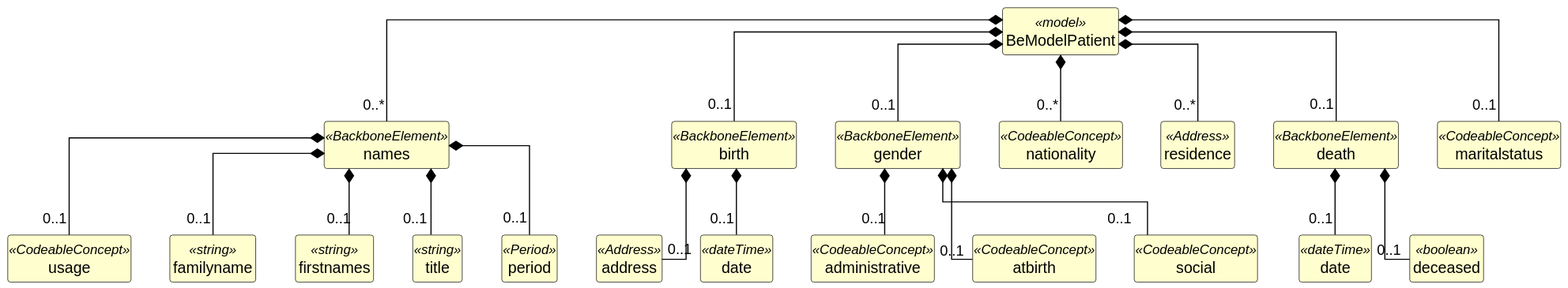
Earlier version of the PlantUML export exports/diagrams/BeModelPatient-uml.svg (caresets/caresets-src).
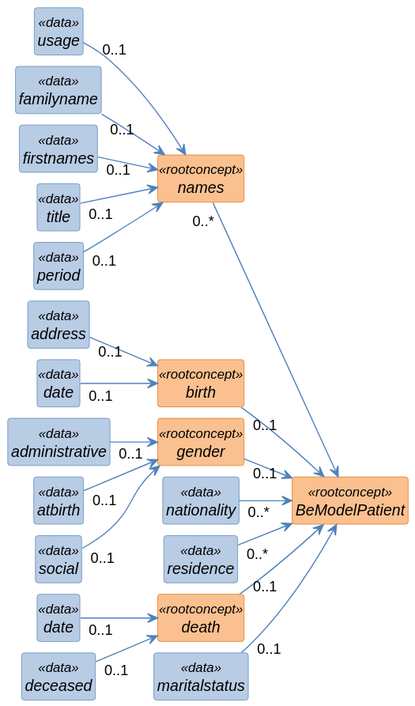
After the change.

What changed in the source:
```diff
@@ -1,94 +1,101 @@
 @startuml
+left to right direction
 skinparam shadowing false
+skinparam nodesep 10
+skinparam ranksep 40
 skinparam classAttributeIconSize 0
-skinparam linetype ortho
 skinparam class {
-  BackgroundColor #FEFECE
-  BorderColor #000000
-  ArrowColor #000000
-  FontStyle bold
-  AttributeFontStyle normal
+  FontStyle italic
+  BackgroundColor<<rootconcept>> #FAC08F
+  BorderColor<<rootconcept>> #E36C0A
+  BackgroundColor<<data>> #B8CCE4
+  BorderColor<<data>> #4F81BD
+  BackgroundColor<<reference>> #D9D9D9
+  BorderColor<<reference>> #808080
+  BackgroundColor<<value set>> #C3D69B
+  BorderColor<<value set>> #77933C
+  ArrowColor #4F81BD
 }
 hide circle
 hide empty members
 
-class "BeModelPatient" as BeModelPatient <<model>> {
+class "BeModelPatient" as BeModelPatient <<rootconcept>> {
 }
 
-class "names" as BeModelPatient_names <<BackboneElement>> {
+class "names" as BeModelPatient_names <<rootconcept>> {
 }
 
-class "usage" as BeModelPatient_names_usage <<CodeableConcept>> {
+class "usage" as BeModelPatient_names_usage <<data>> {
 }
 
-class "familyname" as BeModelPatient_names_familyname <<string>> {
+class "familyname" as BeModelPatient_names_familyname <<data>> {
 }
 
-class "firstnames" as BeModelPatient_names_firstnames <<string>> {
+class "firstnames" as BeModelPatient_names_firstnames <<data>> {
 }
 
-class "title" as BeModelPatient_names_title <<string>> {
+class "title" as BeModelPatient_names_title <<data>> {
 }
 
-class "period" as BeModelPatient_names_period <<Period>> {
+class "period" as BeModelPatient_names_period <<data>> {
 }
 
-class "birth" as BeModelPatient_birth <<BackboneElement>> {
+class "birth" as BeModelPatient_birth <<rootconcept>> {
 }
 
-class "address" as BeModelPatient_birth_address <<Address>> {
+class "address" as BeModelPatient_birth_address <<data>> {
 }
 
-class "date" as BeModelPatient_birth_date <<dateTime>> {
+class "date" as BeModelPatient_birth_date <<data>> {
 }
 
-class "gender" as BeModelPatient_gender <<BackboneElement>> {
+class "gender" as BeModelPatient_gender <<rootconcept>> {
 }
 
-class "administrative" as BeModelPatient_gender_administrative <<CodeableConcept>> {
+class "administrative" as BeModelPatient_gender_administrative <<data>> {
 }
 
-class "atbirth" as BeModelPatient_gender_atbirth <<CodeableConcept>> {
+class "atbirth" as BeModelPatient_gender_atbirth <<data>> {
 }
 
-class "social" as BeModelPatient_gender_social <<CodeableConcept>> {
+class "social" as BeModelPatient_gender_social <<data>> {
 }
 
-class "nationality" as BeModelPatient_nationality <<CodeableConcept>> {
+class "nationality" as BeModelPatient_nationality <<data>> {
 }
 
-class "residence" as BeModelPatient_residence <<Address>> {
+class "residence" as BeModelPatient_residence <<data>> {
 }
 
-class "death" as BeModelPatient_death <<BackboneElement>> {
+class "death" as BeModelPatient_death <<rootconcept>> {
 }
 
-class "date" as BeModelPatient_death_date <<dateTime>> {
+class "date" as BeModelPatient_death_date <<data>> {
 }
 
-class "deceased" as BeModelPatient_death_deceased <<boolean>> {
+class "deceased" as BeModelPatient_death_deceased <<data>> {
 }
 
-class "maritalstatus" as BeModelPatient_maritalstatus <<CodeableConcept>> {
+class "maritalstatus" as BeModelPatient_maritalstatus <<data>> {
 }
 
-BeModelPatient *-- "0..*" BeModelPatient_names
-BeModelPatient_names *-- "0..1" BeModelPatient_names_usage
-BeModelPatient_names *-- "0..1" BeModelPatient_names_familyname
-BeModelPatient_names *-- "0..1" BeModelPatient_names_firstnames
-BeModelPatient_names *-- "0..1" BeModelPatient_names_title
-BeModelPatient_names *-- "0..1" BeModelPatient_names_period
-BeModelPatient *-- "0..1" BeModelPatient_birth
-BeModelPatient_birth *-- "0..1" BeModelPatient_birth_address
-BeModelPatient_birth *-- "0..1" BeModelPatient_birth_date
-BeModelPatient *-- "0..1" BeModelPatient_gender
-BeModelPatient_gender *-- "0..1" BeModelPatient_gender_administrative
-BeModelPatient_gender *-- "0..1" BeModelPatient_gender_atbirth
-BeModelPatient_gender *-- "0..1" BeModelPatient_gender_social
-BeModelPatient *-- "0..*" BeModelPatient_nationality
-BeModelPatient *-- "0..*" BeModelPatient_residence
-BeModelPatient *-- "0..1" BeModelPatient_death
-BeModelPatient_death *-- "0..1" BeModelPatient_death_date
-BeModelPatient_death *-- "0..1" BeModelPatient_death_deceased
-BeModelPatient *-- "0..1" BeModelPatient_maritalstatus
+BeModelPatient_names "0..*" --> BeModelPatient
+BeModelPatient_names_usage "0..1" --> BeModelPatient_names
+BeModelPatient_names_familyname "0..1" --> BeModelPatient_names
+BeModelPatient_names_firstnames "0..1" --> BeModelPatient_names
+BeModelPatient_names_title "0..1" --> BeModelPatient_names
+BeModelPatient_names_period "0..1" --> BeModelPatient_names
+BeModelPatient_birth "0..1" --> BeModelPatient
+BeModelPatient_birth_address "0..1" --> BeModelPatient_birth
+BeModelPatient_birth_date "0..1" --> BeModelPatient_birth
+BeModelPatient_gender "0..1" --> BeModelPatient
+BeModelPatient_gender_administrative "0..1" --> BeModelPatient_gender
+BeModelPatient_gender_atbirth "0..1" --> BeModelPatient_gender
+BeModelPatient_gender_social "0..1" --> BeModelPatient_gender
+BeModelPatient_nationality "0..*" --> BeModelPatient
+BeModelPatient_residence "0..*" --> BeModelPatient
+BeModelPatient_death "0..1" --> BeModelPatient
+BeModelPatient_death_date "0..1" --> BeModelPatient_death
+BeModelPatient_death_deceased "0..1" --> BeModelPatient_death
+BeModelPatient_maritalstatus "0..1" --> BeModelPatient
 @enduml
```
